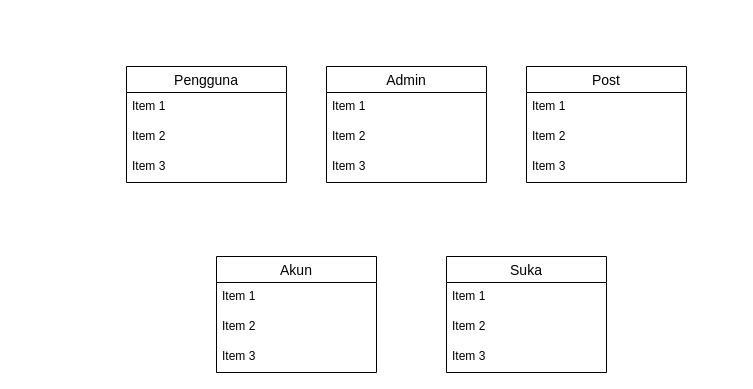
The draw.io diagram page "Class Diagram" (3 of 3) of Usecase Diagram, Activity Diagram, dan Class Diagram.drawio in j3c118131/RPL, before the edit. Source tidied: cells renumbered, new cells numbered last; positions are measured from the earlier drawing's top-left corner, leaving out a move shared by most shapes. Both pictures are drawn from the tidied source at 100%, with x=0, y=0 at pixel (126, 66).
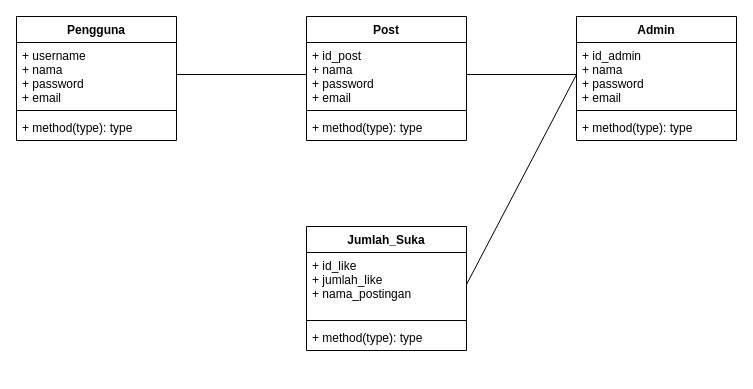
Above is the later version.

What changed in the source:
```diff
@@
+    <mxCell id="22" style="group;" parent="1" vertex="1">
+      <mxGeometry x="-110" y="-50" width="720" height="334" as="geometry" />
+    </mxCell>
-    <mxCell id="2" value="Pengguna" style="swimlane;fontStyle=0;horizontal=1;startSize=26;align=center;fontSize=14;" parent="1" vertex="1">
-      <mxGeometry width="160" height="116" as="geometry" />
+    <mxCell id="2" value="Pengguna" style="swimlane;fontStyle=1;align=center;verticalAlign=top;horizontal=1;startSize=26;strokeColor=#000000;" parent="22" vertex="1">
+      <mxGeometry width="160" height="124" as="geometry" />
     </mxCell>
-    <mxCell id="3" value="Item 1" style="text;strokeColor=none;fillColor=none;spacingLeft=4;spacingRight=4;overflow=hidden;fontSize=12;" parent="2" vertex="1">
-      <mxGeometry y="26" width="160" height="30" as="geometry" />
-    </mxCell>
-    <mxCell id="4" value="Item 2" style="text;strokeColor=none;fillColor=none;spacingLeft=4;spacingRight=4;overflow=hidden;fontSize=12;" parent="2" vertex="1">
-      <mxGeometry y="56" width="160" height="30" as="geometry" />
-    </mxCell>
-    <mxCell id="5" value="Item 3" style="text;strokeColor=none;fillColor=none;spacingLeft=4;spacingRight=4;overflow=hidden;fontSize=12;" parent="2" vertex="1">
-      <mxGeometry y="86" width="160" height="30" as="geometry" />
-    </mxCell>
+    <mxCell id="23" value="+ username&#10;+ nama&#10;+ password&#10;+ email" style="text;strokeColor=none;fillColor=none;align=left;verticalAlign=top;spacingLeft=4;spacingRight=4;overflow=hidden;points=[[0,0.5],[1,0.5]];portConstraint=eastwest;" parent="2" vertex="1">
+      <mxGeometry y="26" width="160" height="64" as="geometry" />
+    </mxCell>
+    <mxCell id="24" style="line;strokeWidth=1;fillColor=none;align=left;verticalAlign=middle;spacingTop=-1;spacingLeft=3;spacingRight=3;labelPosition=right;" parent="2" vertex="1">
+      <mxGeometry y="90" width="160" height="8" as="geometry" />
+    </mxCell>
+    <mxCell id="25" value="+ method(type): type" style="text;strokeColor=none;fillColor=none;align=left;verticalAlign=top;spacingLeft=4;spacingRight=4;overflow=hidden;" parent="2" vertex="1">
+      <mxGeometry y="98" width="160" height="26" as="geometry" />
+    </mxCell>
-    <mxCell id="6" value="Admin" style="swimlane;fontStyle=0;horizontal=1;startSize=26;align=center;fontSize=14;" parent="1" vertex="1">
-      <mxGeometry x="200" width="160" height="116" as="geometry" />
+    <mxCell id="6" value="Admin" style="swimlane;fontStyle=1;align=center;verticalAlign=top;horizontal=1;startSize=26;strokeColor=#000000;" parent="22" vertex="1">
+      <mxGeometry x="560" width="160" height="124" as="geometry" />
     </mxCell>
-    <mxCell id="7" value="Item 1" style="text;strokeColor=none;fillColor=none;spacingLeft=4;spacingRight=4;overflow=hidden;fontSize=12;" parent="6" vertex="1">
-      <mxGeometry y="26" width="160" height="30" as="geometry" />
-    </mxCell>
-    <mxCell id="8" value="Item 2" style="text;strokeColor=none;fillColor=none;spacingLeft=4;spacingRight=4;overflow=hidden;fontSize=12;" parent="6" vertex="1">
-      <mxGeometry y="56" width="160" height="30" as="geometry" />
-    </mxCell>
-    <mxCell id="9" value="Item 3" style="text;strokeColor=none;fillColor=none;spacingLeft=4;spacingRight=4;overflow=hidden;fontSize=12;" parent="6" vertex="1">
-      <mxGeometry y="86" width="160" height="30" as="geometry" />
-    </mxCell>
+    <mxCell id="26" value="+ id_admin&#10;+ nama&#10;+ password&#10;+ email" style="text;strokeColor=none;fillColor=none;align=left;verticalAlign=top;spacingLeft=4;spacingRight=4;overflow=hidden;points=[[0,0.5],[1,0.5]];portConstraint=eastwest;" parent="6" vertex="1">
+      <mxGeometry y="26" width="160" height="64" as="geometry" />
+    </mxCell>
+    <mxCell id="27" style="line;strokeWidth=1;fillColor=none;align=left;verticalAlign=middle;spacingTop=-1;spacingLeft=3;spacingRight=3;labelPosition=right;" parent="6" vertex="1">
+      <mxGeometry y="90" width="160" height="8" as="geometry" />
+    </mxCell>
+    <mxCell id="28" value="+ method(type): type" style="text;strokeColor=none;fillColor=none;align=left;verticalAlign=top;spacingLeft=4;spacingRight=4;overflow=hidden;" parent="6" vertex="1">
+      <mxGeometry y="98" width="160" height="26" as="geometry" />
+    </mxCell>
-    <mxCell id="10" value="Post" style="swimlane;fontStyle=0;horizontal=1;startSize=26;align=center;fontSize=14;" parent="1" vertex="1">
-      <mxGeometry x="400" width="160" height="116" as="geometry" />
+    <mxCell id="10" value="Post" style="swimlane;fontStyle=1;align=center;verticalAlign=top;horizontal=1;startSize=26;strokeColor=#000000;" parent="22" vertex="1">
+      <mxGeometry x="290" width="160" height="124" as="geometry" />
     </mxCell>
-    <mxCell id="11" value="Item 1" style="text;strokeColor=none;fillColor=none;spacingLeft=4;spacingRight=4;overflow=hidden;fontSize=12;" parent="10" vertex="1">
-      <mxGeometry y="26" width="160" height="30" as="geometry" />
-    </mxCell>
-    <mxCell id="12" value="Item 2" style="text;strokeColor=none;fillColor=none;spacingLeft=4;spacingRight=4;overflow=hidden;fontSize=12;" parent="10" vertex="1">
-      <mxGeometry y="56" width="160" height="30" as="geometry" />
-    </mxCell>
-    <mxCell id="13" value="Item 3" style="text;strokeColor=none;fillColor=none;spacingLeft=4;spacingRight=4;overflow=hidden;fontSize=12;" parent="10" vertex="1">
-      <mxGeometry y="86" width="160" height="30" as="geometry" />
-    </mxCell>
-    <mxCell id="14" value="Akun" style="swimlane;fontStyle=0;horizontal=1;startSize=26;align=center;fontSize=14;" parent="1" vertex="1">
-      <mxGeometry x="90" y="190" width="160" height="116" as="geometry" />
-    </mxCell>
-    <mxCell id="15" value="Item 1" style="text;strokeColor=none;fillColor=none;spacingLeft=4;spacingRight=4;overflow=hidden;fontSize=12;" parent="14" vertex="1">
-      <mxGeometry y="26" width="160" height="30" as="geometry" />
-    </mxCell>
-    <mxCell id="16" value="Item 2" style="text;strokeColor=none;fillColor=none;spacingLeft=4;spacingRight=4;overflow=hidden;fontSize=12;" parent="14" vertex="1">
-      <mxGeometry y="56" width="160" height="30" as="geometry" />
-    </mxCell>
-    <mxCell id="17" value="Item 3" style="text;strokeColor=none;fillColor=none;spacingLeft=4;spacingRight=4;overflow=hidden;fontSize=12;" parent="14" vertex="1">
-      <mxGeometry y="86" width="160" height="30" as="geometry" />
-    </mxCell>
-    <mxCell id="18" value="Suka" style="swimlane;fontStyle=0;horizontal=1;startSize=26;align=center;fontSize=14;" parent="1" vertex="1">
-      <mxGeometry x="320" y="190" width="160" height="116" as="geometry" />
-    </mxCell>
-    <mxCell id="19" value="Item 1" style="text;strokeColor=none;fillColor=none;spacingLeft=4;spacingRight=4;overflow=hidden;fontSize=12;" parent="18" vertex="1">
-      <mxGeometry y="26" width="160" height="30" as="geometry" />
-    </mxCell>
-    <mxCell id="20" value="Item 2" style="text;strokeColor=none;fillColor=none;spacingLeft=4;spacingRight=4;overflow=hidden;fontSize=12;" parent="18" vertex="1">
-      <mxGeometry y="56" width="160" height="30" as="geometry" />
-    </mxCell>
-    <mxCell id="21" value="Item 3" style="text;strokeColor=none;fillColor=none;spacingLeft=4;spacingRight=4;overflow=hidden;fontSize=12;" parent="18" vertex="1">
-      <mxGeometry y="86" width="160" height="30" as="geometry" />
-    </mxCell>
+    <mxCell id="29" value="+ id_post&#10;+ nama&#10;+ password&#10;+ email" style="text;strokeColor=none;fillColor=none;align=left;verticalAlign=top;spacingLeft=4;spacingRight=4;overflow=hidden;points=[[0,0.5],[1,0.5]];portConstraint=eastwest;" parent="10" vertex="1">
+      <mxGeometry y="26" width="160" height="64" as="geometry" />
+    </mxCell>
+    <mxCell id="30" style="line;strokeWidth=1;fillColor=none;align=left;verticalAlign=middle;spacingTop=-1;spacingLeft=3;spacingRight=3;labelPosition=right;" parent="10" vertex="1">
+      <mxGeometry y="90" width="160" height="8" as="geometry" />
+    </mxCell>
+    <mxCell id="31" value="+ method(type): type" style="text;strokeColor=none;fillColor=none;align=left;verticalAlign=top;spacingLeft=4;spacingRight=4;overflow=hidden;" parent="10" vertex="1">
+      <mxGeometry y="98" width="160" height="26" as="geometry" />
+    </mxCell>
+    <mxCell id="32" value="Jumlah_Suka" style="swimlane;fontStyle=1;align=center;verticalAlign=top;horizontal=1;startSize=26;strokeColor=#000000;" parent="22" vertex="1">
+      <mxGeometry x="290" y="210" width="160" height="124" as="geometry" />
+    </mxCell>
+    <mxCell id="33" value="+ id_like&#10;+ jumlah_like&#10;+ nama_postingan" style="text;strokeColor=none;fillColor=none;align=left;verticalAlign=top;spacingLeft=4;spacingRight=4;overflow=hidden;points=[[0,0.5],[1,0.5]];portConstraint=eastwest;" parent="32" vertex="1">
+      <mxGeometry y="26" width="160" height="64" as="geometry" />
+    </mxCell>
+    <mxCell id="34" style="line;strokeWidth=1;fillColor=none;align=left;verticalAlign=middle;spacingTop=-1;spacingLeft=3;spacingRight=3;labelPosition=right;" parent="32" vertex="1">
+      <mxGeometry y="90" width="160" height="8" as="geometry" />
+    </mxCell>
+    <mxCell id="35" value="+ method(type): type" style="text;strokeColor=none;fillColor=none;align=left;verticalAlign=top;spacingLeft=4;spacingRight=4;overflow=hidden;" parent="32" vertex="1">
+      <mxGeometry y="98" width="160" height="26" as="geometry" />
+    </mxCell>
+    <mxCell id="36" style="endArrow=none;html=1;rounded=0;exitX=1;exitY=0.5;exitDx=0;exitDy=0;entryX=0;entryY=0.5;entryDx=0;entryDy=0;" parent="22" edge="1" source="23" target="29">
+      <mxGeometry relative="1" as="geometry" />
+    </mxCell>
+    <mxCell id="37" style="endArrow=none;html=1;rounded=0;exitX=1;exitY=0.5;exitDx=0;exitDy=0;entryX=0;entryY=0.5;entryDx=0;entryDy=0;" parent="22" edge="1" source="29" target="26">
+      <mxGeometry relative="1" as="geometry" />
+    </mxCell>
+    <mxCell id="38" style="endArrow=none;html=1;rounded=0;exitX=1;exitY=0.5;exitDx=0;exitDy=0;entryX=0;entryY=0.5;entryDx=0;entryDy=0;" parent="22" edge="1" source="33" target="26">
+      <mxGeometry relative="1" as="geometry" />
+    </mxCell>
```
